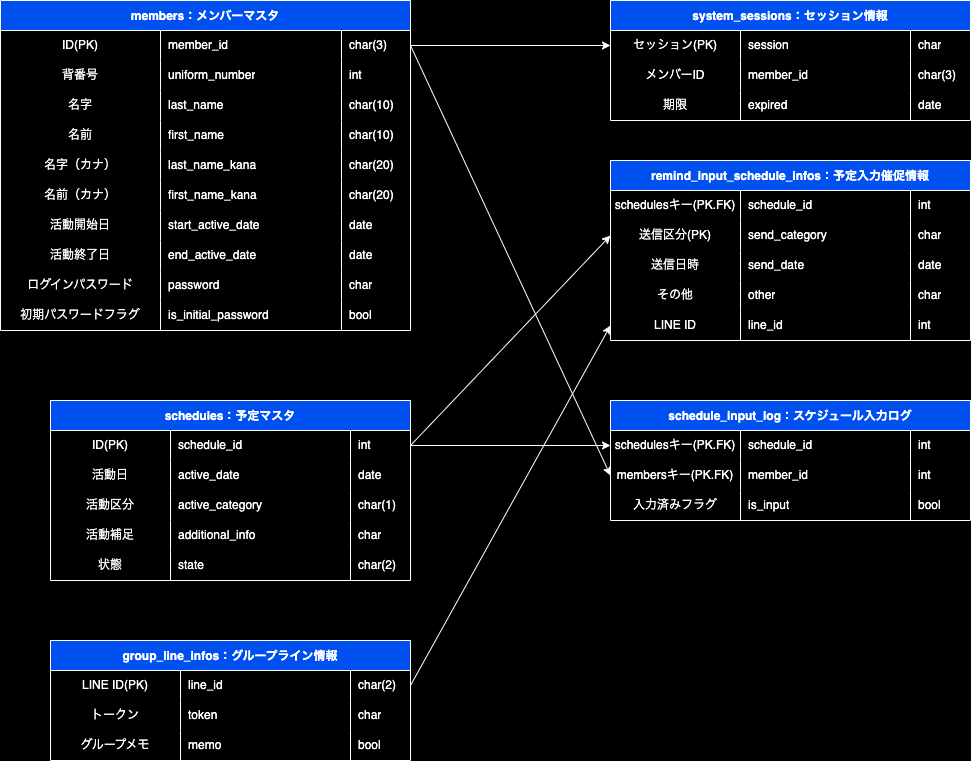
Before: 03_テーブル/ER_figure.drawio.png, a diagram exported from draw.io (ShigaFreedom/document_freedom_system). Source tidied: cells renumbered, new cells last; positions are measured from the earlier drawing's top-left corner, leaving out a move shared by most shapes.
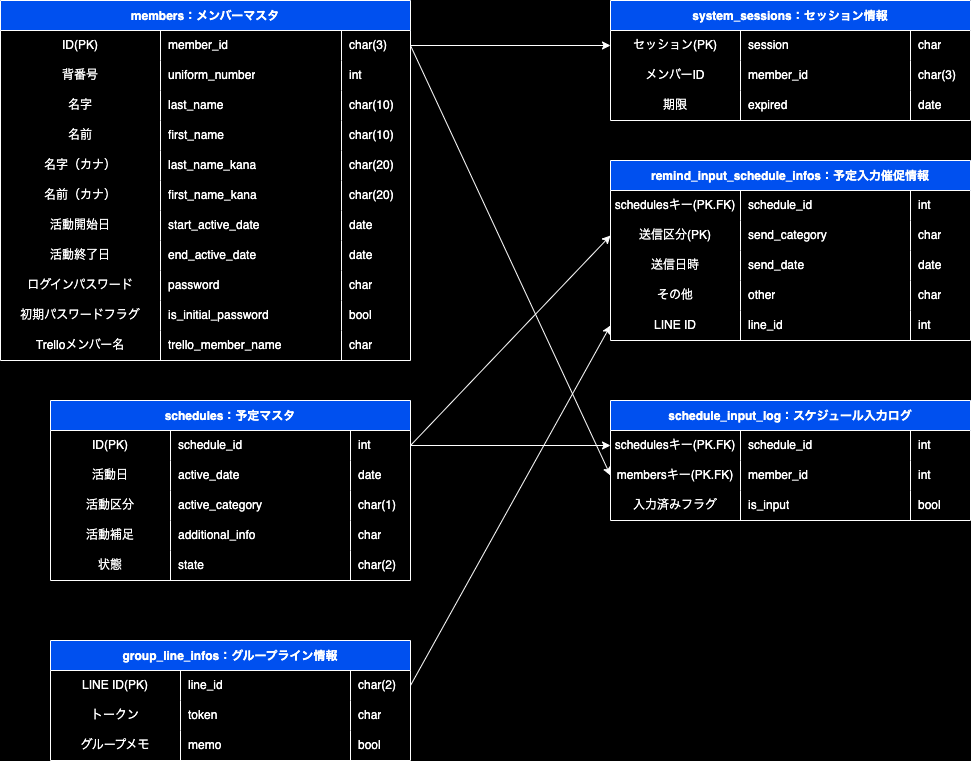
The same diagram one commit later.

Change to the diagram source:
```diff
@@ -129,7 +129,7 @@
       <mxGeometry x="300" width="60" height="30" as="geometry" />
     </mxCell>
     <mxCell id="44" value="members：メンバーマスタ" style="shape=table;startSize=30;rowLines=0;fontStyle=1;fillColor=#0050ef;fontColor=#FFFFFF;strokeColor=#FFFFFF;" parent="1" vertex="1">
-      <mxGeometry width="410" height="330" as="geometry" />
+      <mxGeometry width="410" height="360" as="geometry" />
     </mxCell>
     <mxCell id="45" style="shape=tableRow;horizontal=0;startSize=0;swimlaneHead=0;swimlaneBody=0;top=0;left=0;bottom=0;right=0;fillColor=none;points=[[0,0.5],[1,0.5]];portConstraint=eastwest;" parent="44" vertex="1">
       <mxGeometry y="30" width="410" height="30" as="geometry" />
@@ -251,6 +251,18 @@
     <mxCell id="84" value="bool" style="shape=partialRectangle;html=1;whiteSpace=wrap;fillColor=none;top=0;left=0;bottom=0;right=0;align=left;spacingLeft=6;overflow=hidden;fontColor=#FFFFFF;" parent="81" vertex="1">
       <mxGeometry x="341" width="69" height="30" as="geometry" />
     </mxCell>
+    <mxCell id="129" style="shape=tableRow;horizontal=0;startSize=0;swimlaneHead=0;swimlaneBody=0;top=0;left=0;bottom=0;right=0;fillColor=none;" parent="44" vertex="1">
+      <mxGeometry y="330" width="410" height="30" as="geometry" />
+    </mxCell>
+    <mxCell id="130" value="Trelloメンバー名" style="shape=partialRectangle;html=1;whiteSpace=wrap;fillColor=none;top=0;left=0;bottom=0;right=0;overflow=hidden;fontColor=#FFFFFF;" parent="129" vertex="1">
+      <mxGeometry width="160" height="30" as="geometry" />
+    </mxCell>
+    <mxCell id="131" value="trello_member_name" style="shape=partialRectangle;html=1;whiteSpace=wrap;fillColor=none;top=0;left=0;bottom=0;right=0;align=left;spacingLeft=6;overflow=hidden;fontColor=#FFFFFF;" parent="129" vertex="1">
+      <mxGeometry x="160" width="181" height="30" as="geometry" />
+    </mxCell>
+    <mxCell id="132" value="char" style="shape=partialRectangle;html=1;whiteSpace=wrap;fillColor=none;top=0;left=0;bottom=0;right=0;align=left;spacingLeft=6;overflow=hidden;fontColor=#FFFFFF;" parent="129" vertex="1">
+      <mxGeometry x="341" width="69" height="30" as="geometry" />
+    </mxCell>
     <mxCell id="85" value="schedule_input_log：スケジュール入力ログ" style="shape=table;startSize=30;rowLines=0;fontStyle=1;fillColor=#0050ef;fontColor=#FFFFFF;strokeColor=#FFFFFF;" parent="1" vertex="1">
       <mxGeometry x="610" y="400" width="360" height="120" as="geometry" />
     </mxCell>
```
